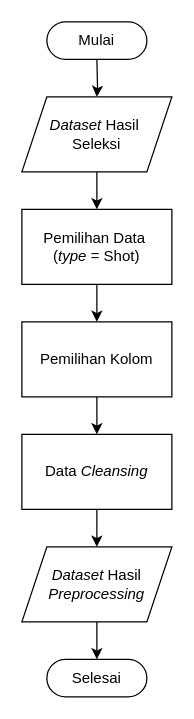
This is diagrams/flowchart preprocessing.drawio from fadhilra101/skripsi, a draw.io file, before an edit. Source tidied: cells renumbered, new cells numbered last; positions are measured from the earlier drawing's top-left corner, leaving out a move shared by most shapes. Both pictures are drawn from the tidied source at 125%, with x=0, y=0 at pixel (21, 21).
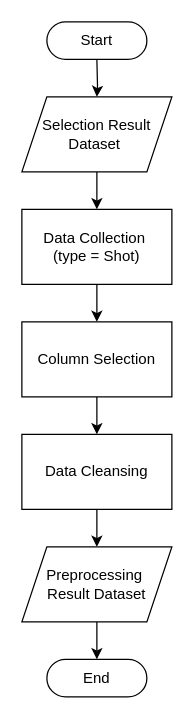
After the change.

Change to the diagram source:
```diff
@@
 <mxGraphModel>
   <root>
     <mxCell id="0" />
     <mxCell id="1" parent="0" />
     <mxCell id="2" style="edgeStyle=orthogonalEdgeStyle;rounded=0;jettySize=auto;html=1;" parent="1" edge="1" target="4">
       <mxGeometry relative="1" as="geometry">
         <mxPoint x="60" y="30" as="sourcePoint" />
       </mxGeometry>
     </mxCell>
     <mxCell id="3" style="edgeStyle=orthogonalEdgeStyle;rounded=0;jettySize=auto;html=1;" parent="1" edge="1" source="4" target="6">
       <mxGeometry relative="1" as="geometry" />
     </mxCell>
-    <mxCell id="4" value="&lt;i&gt;Dataset &lt;/i&gt;Hasil&amp;nbsp;&lt;div&gt;Seleksi&lt;/div&gt;" style="shape=parallelogram;perimeter=parallelogramPerimeter;whiteSpace=wrap;html=1;fixedSize=1;" parent="1" vertex="1">
+    <mxCell id="4" value="&lt;div&gt;&lt;span style=&quot;background-color: transparent; color: light-dark(rgb(0, 0, 0), rgb(255, 255, 255));&quot;&gt;Selection&amp;nbsp;&lt;/span&gt;Result Dataset&amp;nbsp;&lt;/div&gt;" style="shape=parallelogram;perimeter=parallelogramPerimeter;whiteSpace=wrap;html=1;fixedSize=1;" parent="1" vertex="1">
       <mxGeometry y="60" width="120" height="60" as="geometry" />
     </mxCell>
     <mxCell id="5" style="edgeStyle=orthogonalEdgeStyle;rounded=0;jettySize=auto;html=1;" parent="1" edge="1" source="6" target="10">
       <mxGeometry relative="1" as="geometry" />
     </mxCell>
-    <mxCell id="6" value="Pemilihan Data&amp;nbsp;&lt;div&gt;(&lt;i&gt;type = &lt;/i&gt;Shot)&lt;/div&gt;" style="rounded=0;whiteSpace=wrap;html=1;" parent="1" vertex="1">
+    <mxCell id="6" value="&lt;div&gt;Data Collection&amp;nbsp;&lt;/div&gt;&lt;div&gt;(type = Shot)&lt;/div&gt;" style="rounded=0;whiteSpace=wrap;html=1;" parent="1" vertex="1">
       <mxGeometry y="150" width="120" height="60" as="geometry" />
     </mxCell>
     <mxCell id="7" style="edgeStyle=orthogonalEdgeStyle;rounded=0;jettySize=auto;html=1;" parent="1" edge="1" source="8">
       <mxGeometry relative="1" as="geometry">
         <mxPoint x="60" y="510" as="targetPoint" />
       </mxGeometry>
     </mxCell>
-    <mxCell id="8" value="&lt;i&gt;Dataset &lt;/i&gt;Hasil&lt;div&gt;&lt;i&gt;Preprocessing&lt;/i&gt;&lt;/div&gt;" style="shape=parallelogram;perimeter=parallelogramPerimeter;whiteSpace=wrap;html=1;fixedSize=1;" parent="1" vertex="1">
+    <mxCell id="8" value="&lt;div&gt;&lt;span style=&quot;background-color: transparent; color: light-dark(rgb(0, 0, 0), rgb(255, 255, 255));&quot;&gt;Preprocessing&amp;nbsp;&lt;/span&gt;&lt;/div&gt;&lt;div&gt;Result Dataset&lt;/div&gt;" style="shape=parallelogram;perimeter=parallelogramPerimeter;whiteSpace=wrap;html=1;fixedSize=1;" parent="1" vertex="1">
       <mxGeometry y="420" width="120" height="60" as="geometry" />
     </mxCell>
     <mxCell id="9" style="edgeStyle=orthogonalEdgeStyle;rounded=0;jettySize=auto;html=1;" parent="1" edge="1" source="10" target="12">
       <mxGeometry relative="1" as="geometry" />
     </mxCell>
-    <mxCell id="10" value="Pemilihan Kolom" style="rounded=0;whiteSpace=wrap;html=1;" parent="1" vertex="1">
+    <mxCell id="10" value="Column Selection" style="rounded=0;whiteSpace=wrap;html=1;" parent="1" vertex="1">
       <mxGeometry y="240" width="120" height="60" as="geometry" />
     </mxCell>
     <mxCell id="11" style="edgeStyle=orthogonalEdgeStyle;rounded=0;jettySize=auto;html=1;" parent="1" edge="1" source="12" target="8">
       <mxGeometry relative="1" as="geometry" />
     </mxCell>
-    <mxCell id="12" value="Data &lt;i&gt;Cleansing&lt;/i&gt;" style="rounded=0;whiteSpace=wrap;html=1;" parent="1" vertex="1">
+    <mxCell id="12" value="Data Cleansing" style="rounded=0;whiteSpace=wrap;html=1;" parent="1" vertex="1">
       <mxGeometry y="330" width="120" height="60" as="geometry" />
     </mxCell>
-    <mxCell id="13" value="Mulai" style="html=1;dashed=0;whiteSpace=wrap;shape=mxgraph.dfd.start;" parent="1" vertex="1">
+    <mxCell id="13" value="Start" style="html=1;dashed=0;whiteSpace=wrap;shape=mxgraph.dfd.start;" parent="1" vertex="1">
       <mxGeometry x="20" width="80" height="30" as="geometry" />
     </mxCell>
-    <mxCell id="14" value="Selesai" style="html=1;dashed=0;whiteSpace=wrap;shape=mxgraph.dfd.start;" parent="1" vertex="1">
+    <mxCell id="14" value="End" style="html=1;dashed=0;whiteSpace=wrap;shape=mxgraph.dfd.start;" parent="1" vertex="1">
       <mxGeometry x="20" y="510" width="80" height="30" as="geometry" />
     </mxCell>
   </root>
 </mxGraphModel>
```
